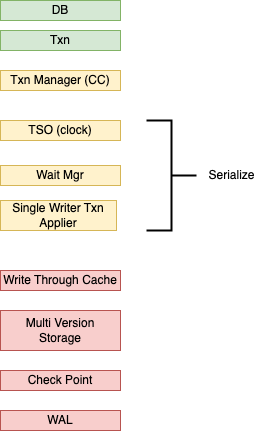
The draw.io diagram docs/imgs/img1.png in dborchard/tiny-txn, before a commit. Source tidied: cells renumbered, new cells last; positions are measured from the earlier drawing's top-left corner, leaving out a move shared by most shapes.
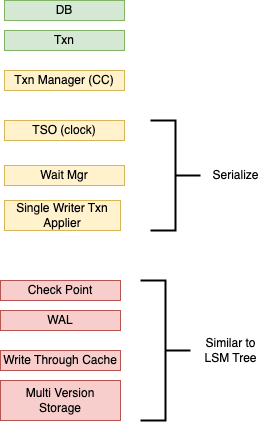
The same diagram one commit later.

The edit, as a diff of the source:
```diff
@@ -3,16 +3,16 @@
     <mxCell id="0" />
     <mxCell id="1" parent="0" />
     <mxCell id="2" value="Check Point" style="whiteSpace=wrap;html=1;fillColor=#f8cecc;strokeColor=#b85450;" parent="1" vertex="1">
-      <mxGeometry y="370" width="120" height="20" as="geometry" />
+      <mxGeometry x="-4" y="280" width="120" height="20" as="geometry" />
     </mxCell>
     <mxCell id="3" value="WAL" style="whiteSpace=wrap;html=1;fillColor=#f8cecc;strokeColor=#b85450;" parent="1" vertex="1">
-      <mxGeometry y="410" width="120" height="20" as="geometry" />
+      <mxGeometry x="-4" y="310" width="120" height="20" as="geometry" />
     </mxCell>
     <mxCell id="4" value="Write Through Cache" style="whiteSpace=wrap;html=1;fillColor=#f8cecc;strokeColor=#b85450;" parent="1" vertex="1">
-      <mxGeometry y="270" width="120" height="20" as="geometry" />
+      <mxGeometry x="-4" y="350" width="120" height="20" as="geometry" />
     </mxCell>
     <mxCell id="5" value="Multi Version&lt;br&gt;Storage" style="whiteSpace=wrap;html=1;fillColor=#f8cecc;strokeColor=#b85450;" parent="1" vertex="1">
-      <mxGeometry y="310" width="120" height="40" as="geometry" />
+      <mxGeometry x="-4" y="380" width="120" height="40" as="geometry" />
     </mxCell>
     <mxCell id="6" value="Wait Mgr" style="whiteSpace=wrap;html=1;fillColor=#fff2cc;strokeColor=#d6b656;" parent="1" vertex="1">
       <mxGeometry y="165" width="120" height="20" as="geometry" />
@@ -38,5 +38,11 @@
     <mxCell id="13" style="strokeWidth=2;html=1;shape=mxgraph.flowchart.annotation_2;align=left;labelPosition=right;rotation=-180;" parent="1" vertex="1">
       <mxGeometry x="146" y="120" width="50" height="110" as="geometry" />
     </mxCell>
+    <mxCell id="14" style="strokeWidth=2;html=1;shape=mxgraph.flowchart.annotation_2;align=left;labelPosition=right;rotation=-180;" parent="1" vertex="1">
+      <mxGeometry x="136" y="280" width="50" height="140" as="geometry" />
+    </mxCell>
+    <mxCell id="15" value="Similar to&lt;br&gt;LSM Tree" style="text;html=1;align=center;verticalAlign=middle;strokeColor=none;fillColor=none;" parent="1" vertex="1">
+      <mxGeometry x="186" y="330" width="80" height="40" as="geometry" />
+    </mxCell>
   </root>
 </mxGraphModel>
```
